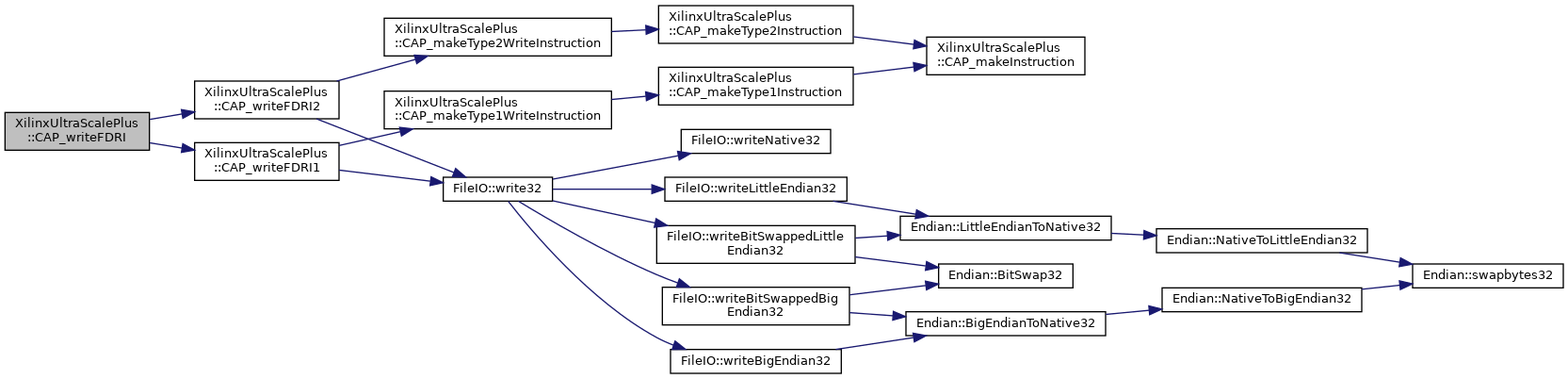
The Graphviz diagram classXilinxUltraScalePlus_ab2c3ca3d68a14cd6cf50d1f8cca6b0ed_cgraph.png in FPGA-Research-Manchester/byteman, before a commit. Its source is kept beside it as classXilinxUltraScalePlus_ab2c3ca3d68a14cd6cf50d1f8cca6b0ed_cgraph.dot. Source of this version:
```dot
digraph "XilinxUltraScalePlus::CAP_writeFDRI"
{
  edge [fontname="Helvetica",fontsize="10",labelfontname="Helvetica",labelfontsize="10"];
  node [fontname="Helvetica",fontsize="10",shape=record];
  rankdir="LR";
  Node1 [label="XilinxUltraScalePlus\l::CAP_writeFDRI",height=0.2,width=0.4,color="black", fillcolor="grey75", style="filled", fontcolor="black",tooltip=" "];
  Node1 -> Node2 [color="midnightblue",fontsize="10",style="solid",fontname="Helvetica"];
  Node2 [label="XilinxUltraScalePlus\l::CAP_writeFDRI1",height=0.2,width=0.4,color="black", fillcolor="white", style="filled",URL="$classXilinxUltraScalePlus.html#aede65ef4cccf0d77f0a9168382e73e29",tooltip=" "];
  Node2 -> Node3 [color="midnightblue",fontsize="10",style="solid",fontname="Helvetica"];
  Node3 [label="XilinxUltraScalePlus\l::CAP_makeType1WriteInstruction",height=0.2,width=0.4,color="black", fillcolor="white", style="filled",URL="$classXilinxUltraScalePlus.html#ab35a91fcdb182224b63bdffd57c3cc48",tooltip=" "];
  Node3 -> Node4 [color="midnightblue",fontsize="10",style="solid",fontname="Helvetica"];
  Node4 [label="XilinxUltraScalePlus\l::CAP_makeType1Instruction",height=0.2,width=0.4,color="black", fillcolor="white", style="filled",URL="$classXilinxUltraScalePlus.html#a1d778781731c87486eebba98b97ef77b",tooltip=" "];
  Node4 -> Node5 [color="midnightblue",fontsize="10",style="solid",fontname="Helvetica"];
  Node5 [label="XilinxUltraScalePlus\l::CAP_makeInstruction",height=0.2,width=0.4,color="black", fillcolor="white", style="filled",URL="$classXilinxUltraScalePlus.html#aa261ea6bf2b474d7aee3ab061853cd7e",tooltip=" "];
  Node2 -> Node6 [color="midnightblue",fontsize="10",style="solid",fontname="Helvetica"];
  Node6 [label="FileIO::write32",height=0.2,width=0.4,color="black", fillcolor="white", style="filled",URL="$namespaceFileIO.html#a016934d3d8c167e7784f826b987cda3f",tooltip=" "];
  Node6 -> Node7 [color="midnightblue",fontsize="10",style="solid",fontname="Helvetica"];
  Node7 [label="FileIO::writeBigEndian32",height=0.2,width=0.4,color="black", fillcolor="white", style="filled",URL="$namespaceFileIO.html#a0b69d50fa3cb892a02baca2296f1c54d",tooltip=" "];
  Node7 -> Node8 [color="midnightblue",fontsize="10",style="solid",fontname="Helvetica"];
  Node8 [label="Endian::BigEndianToNative32",height=0.2,width=0.4,color="black", fillcolor="white", style="filled",URL="$namespaceEndian.html#a6a54530860ad8ec19facaaa26ae9a6ae",tooltip=" "];
  Node8 -> Node9 [color="midnightblue",fontsize="10",style="solid",fontname="Helvetica"];
  Node9 [label="Endian::NativeToBigEndian32",height=0.2,width=0.4,color="black", fillcolor="white", style="filled",URL="$namespaceEndian.html#a7cd80b2cb2ed674196a68549c8489f88",tooltip=" "];
  Node9 -> Node10 [color="midnightblue",fontsize="10",style="solid",fontname="Helvetica"];
  Node10 [label="Endian::swapbytes32",height=0.2,width=0.4,color="black", fillcolor="white", style="filled",URL="$namespaceEndian.html#a7c0178c39449483c29a1a305d0a73606",tooltip=" "];
  Node6 -> Node11 [color="midnightblue",fontsize="10",style="solid",fontname="Helvetica"];
  Node11 [label="FileIO::writeBitSwappedBig\lEndian32",height=0.2,width=0.4,color="black", fillcolor="white", style="filled",URL="$namespaceFileIO.html#af08039fd5e011e286b216b67140959ea",tooltip=" "];
  Node11 -> Node8 [color="midnightblue",fontsize="10",style="solid",fontname="Helvetica"];
  Node11 -> Node12 [color="midnightblue",fontsize="10",style="solid",fontname="Helvetica"];
  Node12 [label="Endian::BitSwap32",height=0.2,width=0.4,color="black", fillcolor="white", style="filled",URL="$namespaceEndian.html#abaf85e5d8d9641e35ffb4a5bcfc37f84",tooltip=" "];
  Node6 -> Node13 [color="midnightblue",fontsize="10",style="solid",fontname="Helvetica"];
  Node13 [label="FileIO::writeBitSwappedLittle\lEndian32",height=0.2,width=0.4,color="black", fillcolor="white", style="filled",URL="$namespaceFileIO.html#a60d14999a525e60b548765722c0cc49a",tooltip=" "];
  Node13 -> Node12 [color="midnightblue",fontsize="10",style="solid",fontname="Helvetica"];
  Node13 -> Node14 [color="midnightblue",fontsize="10",style="solid",fontname="Helvetica"];
  Node14 [label="Endian::LittleEndianToNative32",height=0.2,width=0.4,color="black", fillcolor="white", style="filled",URL="$namespaceEndian.html#aabd838029ed523d5280997f4ca10f859",tooltip=" "];
  Node14 -> Node15 [color="midnightblue",fontsize="10",style="solid",fontname="Helvetica"];
  Node15 [label="Endian::NativeToLittleEndian32",height=0.2,width=0.4,color="black", fillcolor="white", style="filled",URL="$namespaceEndian.html#a4ef36a4fee2f667cf8ac3f67017716bb",tooltip=" "];
  Node15 -> Node10 [color="midnightblue",fontsize="10",style="solid",fontname="Helvetica"];
  Node6 -> Node16 [color="midnightblue",fontsize="10",style="solid",fontname="Helvetica"];
  Node16 [label="FileIO::writeLittleEndian32",height=0.2,width=0.4,color="black", fillcolor="white", style="filled",URL="$namespaceFileIO.html#aaf3a57cefdd3a674741d9447c5fcf2a2",tooltip=" "];
  Node16 -> Node14 [color="midnightblue",fontsize="10",style="solid",fontname="Helvetica"];
  Node6 -> Node17 [color="midnightblue",fontsize="10",style="solid",fontname="Helvetica"];
  Node17 [label="FileIO::writeNative32",height=0.2,width=0.4,color="black", fillcolor="white", style="filled",URL="$namespaceFileIO.html#a8c0dbfd2ab8a248ca642203dc84bd2a4",tooltip=" "];
  Node1 -> Node18 [color="midnightblue",fontsize="10",style="solid",fontname="Helvetica"];
  Node18 [label="XilinxUltraScalePlus\l::CAP_writeFDRI2",height=0.2,width=0.4,color="black", fillcolor="white", style="filled",URL="$classXilinxUltraScalePlus.html#a06074bb014909a1f88d737a6ccb24e9b",tooltip=" "];
  Node18 -> Node19 [color="midnightblue",fontsize="10",style="solid",fontname="Helvetica"];
  Node19 [label="XilinxUltraScalePlus\l::CAP_makeType2WriteInstruction",height=0.2,width=0.4,color="black", fillcolor="white", style="filled",URL="$classXilinxUltraScalePlus.html#a578b4cc28609c881a39fa2776985747a",tooltip=" "];
  Node19 -> Node20 [color="midnightblue",fontsize="10",style="solid",fontname="Helvetica"];
  Node20 [label="XilinxUltraScalePlus\l::CAP_makeType2Instruction",height=0.2,width=0.4,color="black", fillcolor="white", style="filled",URL="$classXilinxUltraScalePlus.html#a133eb8583c8cd45a9210ab9b61362623",tooltip=" "];
  Node20 -> Node5 [color="midnightblue",fontsize="10",style="solid",fontname="Helvetica"];
  Node18 -> Node6 [color="midnightblue",fontsize="10",style="solid",fontname="Helvetica"];
}
```
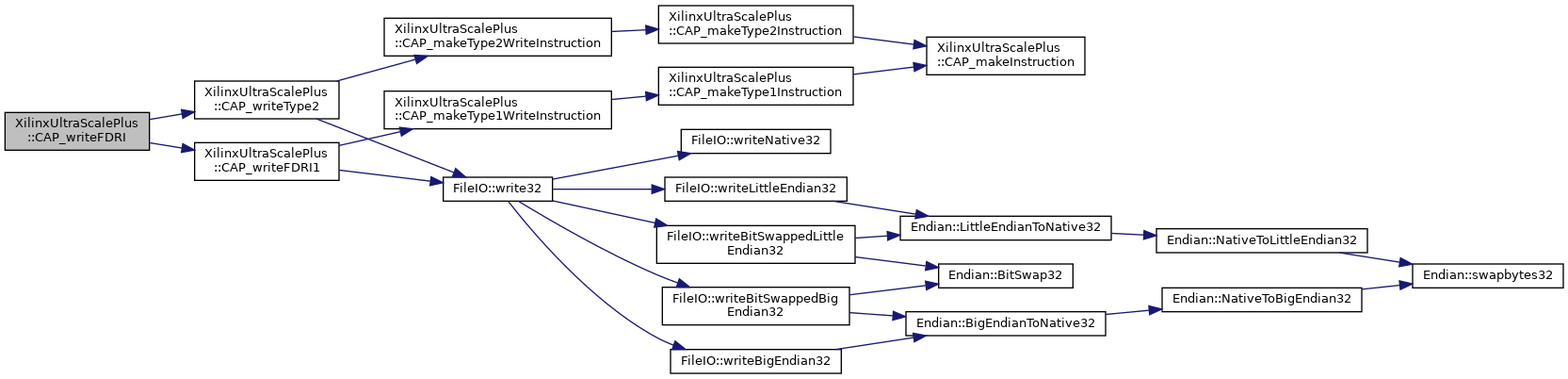
After the commit.

Diff of the diagram source:
```diff
@@ -41,7 +41,7 @@
   Node6 -> Node17 [color="midnightblue",fontsize="10",style="solid",fontname="Helvetica"];
   Node17 [label="FileIO::writeNative32",height=0.2,width=0.4,color="black", fillcolor="white", style="filled",URL="$namespaceFileIO.html#a8c0dbfd2ab8a248ca642203dc84bd2a4",tooltip=" "];
   Node1 -> Node18 [color="midnightblue",fontsize="10",style="solid",fontname="Helvetica"];
-  Node18 [label="XilinxUltraScalePlus\l::CAP_writeFDRI2",height=0.2,width=0.4,color="black", fillcolor="white", style="filled",URL="$classXilinxUltraScalePlus.html#a06074bb014909a1f88d737a6ccb24e9b",tooltip=" "];
+  Node18 [label="XilinxUltraScalePlus\l::CAP_writeType2",height=0.2,width=0.4,color="black", fillcolor="white", style="filled",URL="$classXilinxUltraScalePlus.html#a8bd7c590797b1437a2b64ed84a13c966",tooltip=" "];
   Node18 -> Node19 [color="midnightblue",fontsize="10",style="solid",fontname="Helvetica"];
   Node19 [label="XilinxUltraScalePlus\l::CAP_makeType2WriteInstruction",height=0.2,width=0.4,color="black", fillcolor="white", style="filled",URL="$classXilinxUltraScalePlus.html#a578b4cc28609c881a39fa2776985747a",tooltip=" "];
   Node19 -> Node20 [color="midnightblue",fontsize="10",style="solid",fontname="Helvetica"];
```
